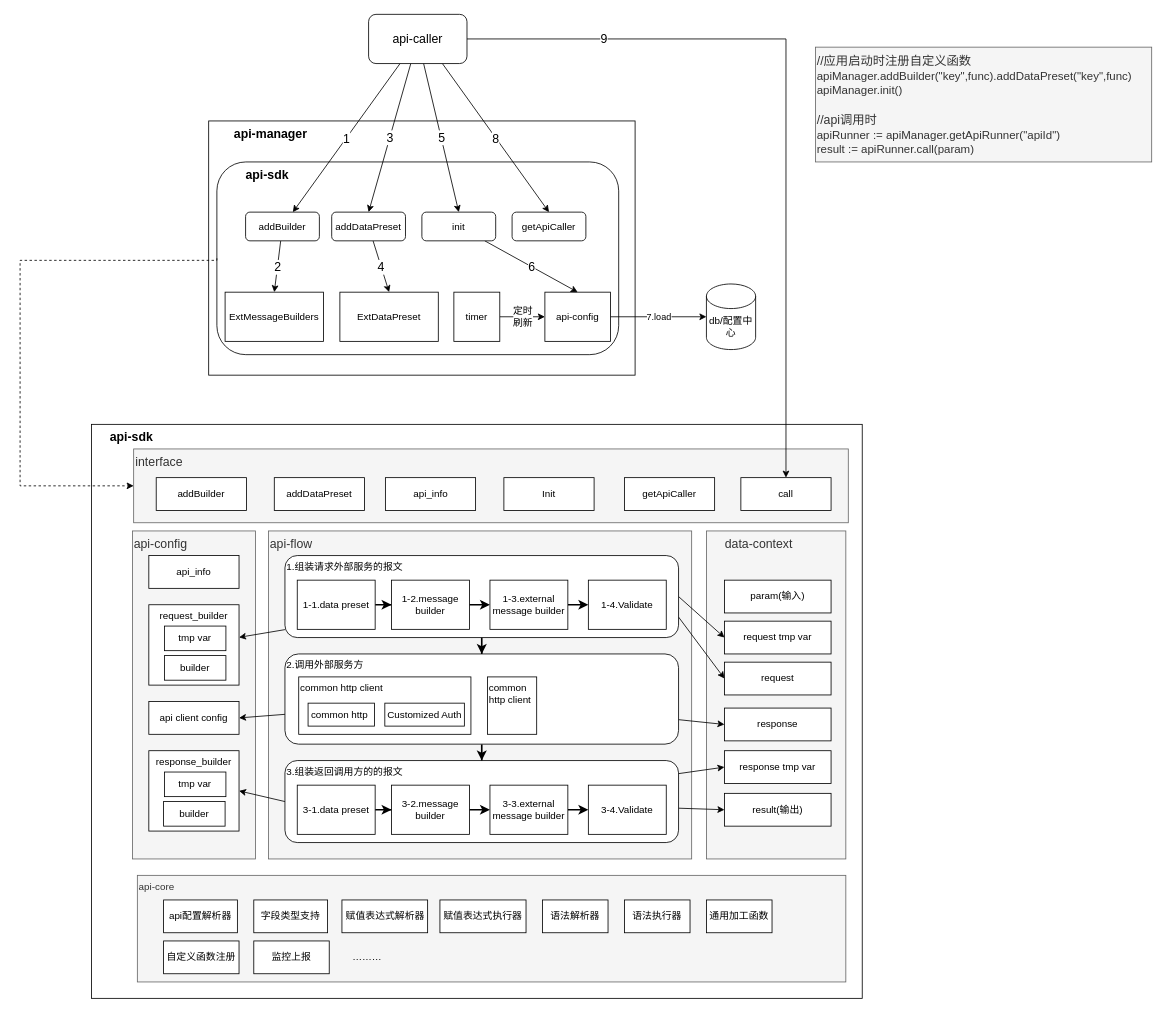
Before: page "api调用框架" (1 of 2) of api design.drawio in rogers-li/MyDoc, a draw.io diagram. Source tidied: cells renumbered, new cells numbered last; positions are measured from the earlier drawing's top-left corner, leaving out a move shared by most shapes. Both pictures are drawn from the tidied source at 82%, with x=0, y=0 at pixel (20, 14).
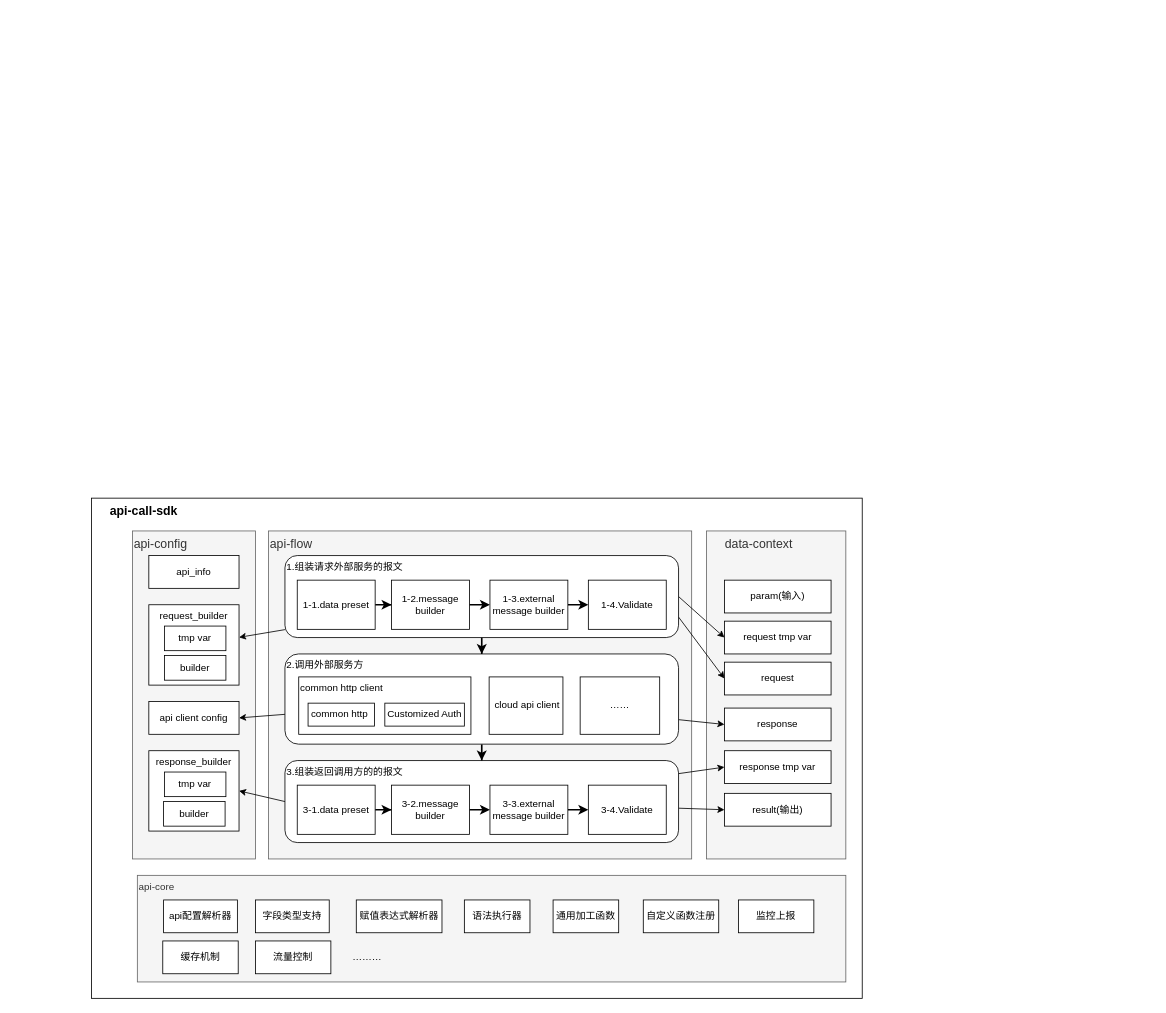
The same diagram, later.

What changed in the source:
```diff
@@
-    <mxCell id="2" value="&lt;b&gt;&lt;font style=&quot;font-size: 15px;&quot;&gt;&amp;nbsp; &amp;nbsp; &amp;nbsp; &amp;nbsp;api-manager&lt;/font&gt;&lt;/b&gt;" style="rounded=0;whiteSpace=wrap;html=1;align=left;verticalAlign=top;" parent="1" vertex="1">
-      <mxGeometry x="230" y="130" width="520" height="310" as="geometry" />
-    </mxCell>
-    <mxCell id="3" value="&lt;b&gt;&lt;font style=&quot;font-size: 15px;&quot;&gt;&amp;nbsp; &amp;nbsp; &amp;nbsp; &amp;nbsp; api-sdk&lt;/font&gt;&lt;/b&gt;" style="rounded=1;whiteSpace=wrap;html=1;verticalAlign=top;align=left;" parent="1" vertex="1">
-      <mxGeometry x="240" y="180" width="490" height="235" as="geometry" />
-    </mxCell>
-    <mxCell id="4" value="&lt;b&gt;&lt;font style=&quot;font-size: 15px;&quot;&gt;&amp;nbsp; &amp;nbsp; &amp;nbsp;api-sdk&lt;/font&gt;&lt;/b&gt;" style="rounded=0;whiteSpace=wrap;html=1;align=left;verticalAlign=top;" parent="1" vertex="1">
-      <mxGeometry x="87" y="500" width="940" height="700" as="geometry" />
+    <mxCell id="4" value="&lt;b&gt;&lt;font style=&quot;font-size: 15px;&quot;&gt;&amp;nbsp; &amp;nbsp; &amp;nbsp;api-call-sdk&lt;/font&gt;&lt;/b&gt;" style="rounded=0;whiteSpace=wrap;html=1;align=left;verticalAlign=top;" parent="1" vertex="1">
+      <mxGeometry x="87" y="590" width="940" height="610" as="geometry" />
     </mxCell>
@@
-    <mxCell id="8" value="7.load" style="edgeStyle=orthogonalEdgeStyle;rounded=0;jettySize=auto;html=1;" parent="1" edge="1" source="9" target="10">
-      <mxGeometry relative="1" as="geometry" />
-    </mxCell>
-    <mxCell id="9" value="api-config" style="rounded=0;whiteSpace=wrap;html=1;" parent="1" vertex="1">
-      <mxGeometry x="640" y="338.8" width="80" height="60" as="geometry" />
-    </mxCell>
-    <mxCell id="10" value="db/配置中心" style="shape=cylinder3;whiteSpace=wrap;html=1;boundedLbl=1;backgroundOutline=1;size=15;" parent="1" vertex="1">
-      <mxGeometry x="837" y="328.8" width="60" height="80" as="geometry" />
-    </mxCell>
-    <mxCell id="11" value="ExtMessageBuilders" style="rounded=0;whiteSpace=wrap;html=1;" parent="1" vertex="1">
-      <mxGeometry x="250" y="338.8" width="120" height="60" as="geometry" />
-    </mxCell>
-    <mxCell id="12" value="ExtDataPreset" style="rounded=0;whiteSpace=wrap;html=1;" parent="1" vertex="1">
-      <mxGeometry x="390" y="338.8" width="120" height="60" as="geometry" />
-    </mxCell>
-    <mxCell id="13" style="edgeStyle=orthogonalEdgeStyle;rounded=0;jettySize=auto;html=1;entryX=0;entryY=0.5;entryDx=0;entryDy=0;exitX=0;exitY=0.5;exitDx=0;exitDy=0;dashed=1;" parent="1" edge="1" source="3" target="84">
-      <mxGeometry relative="1" as="geometry">
-        <Array as="points">
-          <mxPoint x="240" y="300" />
-          <mxPoint y="300" />
-          <mxPoint y="575" />
-        </Array>
-      </mxGeometry>
-    </mxCell>
-    <mxCell id="14" value="2" style="rounded=0;jettySize=auto;html=1;entryX=0.5;entryY=0;entryDx=0;entryDy=0;fontSize=15;" parent="1" edge="1" source="15" target="11">
-      <mxGeometry relative="1" as="geometry" />
-    </mxCell>
-    <mxCell id="15" value="addBuilder" style="rounded=1;whiteSpace=wrap;html=1;" parent="1" vertex="1">
-      <mxGeometry x="275" y="241.2" width="90" height="35" as="geometry" />
-    </mxCell>
-    <mxCell id="16" value="4" style="rounded=0;jettySize=auto;html=1;entryX=0.5;entryY=0;entryDx=0;entryDy=0;fontSize=15;" parent="1" edge="1" source="17" target="12">
-      <mxGeometry relative="1" as="geometry" />
-    </mxCell>
-    <mxCell id="17" value="addDataPreset" style="rounded=1;whiteSpace=wrap;html=1;" parent="1" vertex="1">
-      <mxGeometry x="380" y="241.2" width="90" height="35" as="geometry" />
-    </mxCell>
-    <mxCell id="18" value="getApiCaller" style="rounded=1;whiteSpace=wrap;html=1;" parent="1" vertex="1">
-      <mxGeometry x="600" y="241.2" width="90" height="35" as="geometry" />
-    </mxCell>
-    <mxCell id="19" value="6" style="edgeStyle=none;rounded=0;jettySize=auto;html=1;entryX=0.5;entryY=0;entryDx=0;entryDy=0;fontSize=15;" parent="1" edge="1" source="20" target="9">
-      <mxGeometry relative="1" as="geometry" />
-    </mxCell>
-    <mxCell id="20" value="init" style="rounded=1;whiteSpace=wrap;html=1;" parent="1" vertex="1">
-      <mxGeometry x="490" y="241.2" width="90" height="35" as="geometry" />
-    </mxCell>
-    <mxCell id="21" value="1" style="rounded=0;jettySize=auto;html=1;fontSize=15;" parent="1" edge="1" source="25" target="15">
-      <mxGeometry relative="1" as="geometry" />
-    </mxCell>
-    <mxCell id="22" value="3" style="edgeStyle=none;rounded=0;jettySize=auto;html=1;entryX=0.5;entryY=0;entryDx=0;entryDy=0;fontSize=15;" parent="1" edge="1" source="25" target="17">
-      <mxGeometry relative="1" as="geometry" />
-    </mxCell>
-    <mxCell id="23" value="5" style="edgeStyle=none;rounded=0;jettySize=auto;html=1;entryX=0.5;entryY=0;entryDx=0;entryDy=0;fontSize=15;" parent="1" edge="1" source="25" target="20">
-      <mxGeometry relative="1" as="geometry" />
-    </mxCell>
-    <mxCell id="24" value="8" style="edgeStyle=none;rounded=0;jettySize=auto;html=1;exitX=0.75;exitY=1;exitDx=0;exitDy=0;entryX=0.5;entryY=0;entryDx=0;entryDy=0;fontSize=15;" parent="1" edge="1" source="25" target="18">
-      <mxGeometry relative="1" as="geometry" />
-    </mxCell>
-    <mxCell id="25" value="api-caller" style="rounded=1;whiteSpace=wrap;html=1;fontSize=15;" parent="1" vertex="1">
-      <mxGeometry x="425" width="120" height="60" as="geometry" />
-    </mxCell>
-    <mxCell id="26" value="定时&lt;br style=&quot;font-size: 12px;&quot;&gt;刷新" style="edgeStyle=none;rounded=0;jettySize=auto;html=1;entryX=0;entryY=0.5;entryDx=0;entryDy=0;fontSize=12;" parent="1" edge="1" source="27" target="9">
-      <mxGeometry relative="1" as="geometry" />
-    </mxCell>
-    <mxCell id="27" value="timer" style="rounded=0;whiteSpace=wrap;html=1;" parent="1" vertex="1">
-      <mxGeometry x="529" y="338.8" width="56" height="60" as="geometry" />
-    </mxCell>
-    <mxCell id="28" value="//应用启动时注册自定义函数&lt;br&gt;&lt;font style=&quot;font-size: 14px;&quot;&gt;apiManager.addBuilder(&quot;key&quot;,func).addDataPreset(&quot;key&quot;,func)&lt;br&gt;apiManager.init()&lt;/font&gt;&lt;br&gt;&lt;br&gt;//api调用时&lt;br&gt;&lt;font style=&quot;font-size: 14px;&quot;&gt;apiRunner := apiManager.getApiRunner(&quot;apiId&quot;)&lt;br&gt;result := apiRunner.call(param)&lt;/font&gt;" style="text;html=1;align=left;verticalAlign=middle;strokeColor=#666666;fillColor=#f5f5f5;fontSize=15;fontColor=#333333;" parent="1" vertex="1">
-      <mxGeometry x="970" y="40" width="410" height="140" as="geometry" />
-    </mxCell>
@@
     <mxCell id="75" value="字段类型支持" style="rounded=0;whiteSpace=wrap;html=1;fontColor=#000000;" parent="1" vertex="1">
-      <mxGeometry x="285" y="1080" width="90" height="40" as="geometry" />
+      <mxGeometry x="287" y="1080" width="90" height="40" as="geometry" />
     </mxCell>
     <mxCell id="76" value="赋值表达式解析器" style="rounded=0;whiteSpace=wrap;html=1;fontColor=#000000;" parent="1" vertex="1">
-      <mxGeometry x="392.5" y="1080" width="104.5" height="40" as="geometry" />
+      <mxGeometry x="410" y="1080" width="104.5" height="40" as="geometry" />
     </mxCell>
-    <mxCell id="77" value="赋值表达式执行器" style="rounded=0;whiteSpace=wrap;html=1;fontColor=#000000;" parent="1" vertex="1">
-      <mxGeometry x="512" y="1080" width="105" height="40" as="geometry" />
-    </mxCell>
-    <mxCell id="78" value="语法解析器" style="rounded=0;whiteSpace=wrap;html=1;fontColor=#000000;" parent="1" vertex="1">
-      <mxGeometry x="637" y="1080" width="80" height="40" as="geometry" />
-    </mxCell>
     <mxCell id="79" value="语法执行器" style="rounded=0;whiteSpace=wrap;html=1;fontColor=#000000;" parent="1" vertex="1">
-      <mxGeometry x="737" y="1080" width="80" height="40" as="geometry" />
+      <mxGeometry x="541.8" y="1080" width="80" height="40" as="geometry" />
     </mxCell>
     <mxCell id="80" value="通用加工函数" style="rounded=0;whiteSpace=wrap;html=1;fontColor=#000000;" parent="1" vertex="1">
-      <mxGeometry x="837" y="1080" width="80" height="40" as="geometry" />
+      <mxGeometry x="650" y="1080" width="80" height="40" as="geometry" />
     </mxCell>
     <mxCell id="81" value="自定义函数注册" style="rounded=0;whiteSpace=wrap;html=1;fontColor=#000000;" parent="1" vertex="1">
-      <mxGeometry x="175" y="1130" width="92" height="40" as="geometry" />
+      <mxGeometry x="760" y="1080" width="92" height="40" as="geometry" />
     </mxCell>
     <mxCell id="82" value="监控上报" style="rounded=0;whiteSpace=wrap;html=1;fontColor=#000000;" parent="1" vertex="1">
-      <mxGeometry x="285" y="1130" width="92" height="40" as="geometry" />
+      <mxGeometry x="876" y="1080" width="92" height="40" as="geometry" />
     </mxCell>
@@
-    <mxCell id="84" value="&lt;span style=&quot;font-size: 15px;&quot;&gt;interface&lt;/span&gt;" style="rounded=0;whiteSpace=wrap;html=1;align=left;verticalAlign=top;fillColor=#f5f5f5;fontColor=#333333;strokeColor=#666666;" parent="1" vertex="1">
-      <mxGeometry x="138.5" y="530" width="871.5" height="90" as="geometry" />
-    </mxCell>
-    <mxCell id="85" value="addBuilder" style="rounded=0;whiteSpace=wrap;html=1;fontColor=#000000;" parent="1" vertex="1">
-      <mxGeometry x="166" y="565" width="110" height="40" as="geometry" />
-    </mxCell>
-    <mxCell id="86" value="addDataPreset" style="rounded=0;whiteSpace=wrap;html=1;fontColor=#000000;" parent="1" vertex="1">
-      <mxGeometry x="310" y="565" width="110" height="40" as="geometry" />
-    </mxCell>
-    <mxCell id="87" value="api_info" style="rounded=0;whiteSpace=wrap;html=1;fontColor=#000000;" parent="1" vertex="1">
-      <mxGeometry x="445.5" y="565" width="110" height="40" as="geometry" />
-    </mxCell>
-    <mxCell id="88" value="Init" style="rounded=0;whiteSpace=wrap;html=1;fontColor=#000000;" parent="1" vertex="1">
-      <mxGeometry x="590" y="565" width="110" height="40" as="geometry" />
-    </mxCell>
-    <mxCell id="89" value="getApiCaller" style="rounded=0;whiteSpace=wrap;html=1;fontColor=#000000;" parent="1" vertex="1">
-      <mxGeometry x="737" y="565" width="110" height="40" as="geometry" />
-    </mxCell>
-    <mxCell id="90" value="call" style="rounded=0;whiteSpace=wrap;html=1;fontColor=#000000;" parent="1" vertex="1">
-      <mxGeometry x="879" y="565" width="110" height="40" as="geometry" />
-    </mxCell>
-    <mxCell id="91" style="edgeStyle=orthogonalEdgeStyle;rounded=0;jettySize=auto;html=1;" parent="1" edge="1" source="25" target="90">
-      <mxGeometry relative="1" as="geometry" />
-    </mxCell>
-    <mxCell id="92" value="9" style="edgeLabel;html=1;align=center;verticalAlign=middle;fontSize=15;" parent="91" vertex="1">
-      <mxGeometry x="-0.64" y="2" relative="1" as="geometry" />
-    </mxCell>
-    <mxCell id="93" value="common http client" style="rounded=0;whiteSpace=wrap;html=1;fontColor=#000000;align=left;verticalAlign=top;" parent="1" vertex="1">
-      <mxGeometry x="570" y="808" width="60" height="70" as="geometry" />
+    <mxCell id="93" value="&amp;nbsp;cloud api client" style="rounded=0;whiteSpace=wrap;html=1;fontColor=#000000;align=center;verticalAlign=middle;" parent="1" vertex="1">
+      <mxGeometry x="572" y="808" width="90" height="70" as="geometry" />
     </mxCell>
+    <mxCell id="94" value="……" style="rounded=0;whiteSpace=wrap;html=1;fontColor=#000000;align=center;verticalAlign=middle;" parent="1" vertex="1">
+      <mxGeometry x="683" y="808" width="97" height="70" as="geometry" />
+    </mxCell>
+    <mxCell id="95" value="缓存机制" style="rounded=0;whiteSpace=wrap;html=1;fontColor=#000000;" parent="1" vertex="1">
+      <mxGeometry x="174" y="1130" width="92" height="40" as="geometry" />
+    </mxCell>
+    <mxCell id="96" value="流量控制" style="rounded=0;whiteSpace=wrap;html=1;fontColor=#000000;" parent="1" vertex="1">
+      <mxGeometry x="287" y="1130" width="92" height="40" as="geometry" />
+    </mxCell>
```
